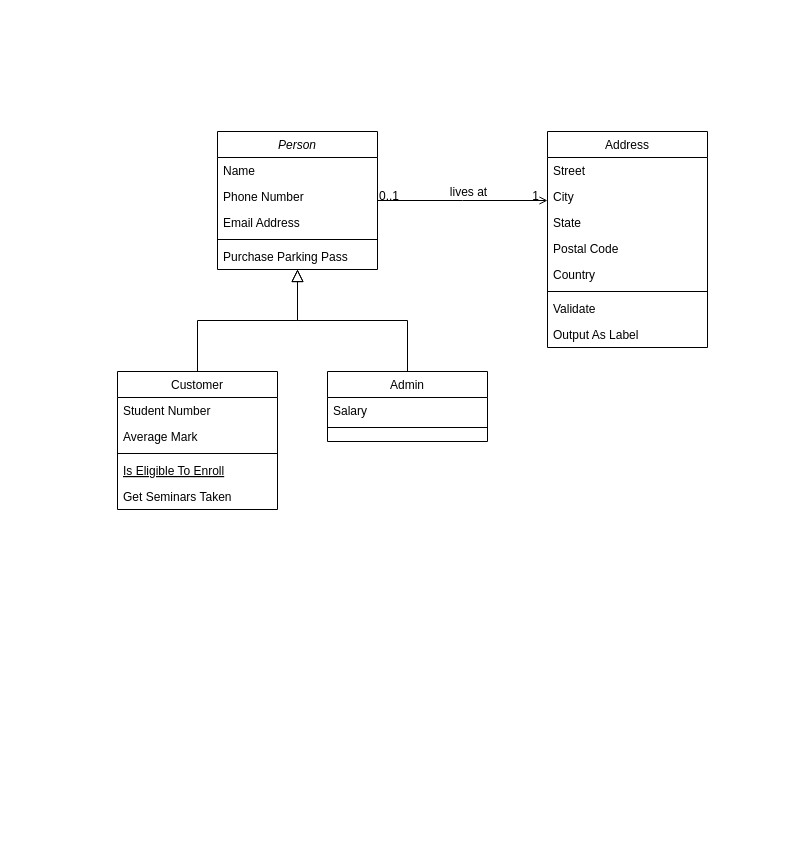
Above: Untitled Diagram.drawio in ABDELFADEIL/e-boutique (draw.io), before the change. Source tidied: cells renumbered, new cells numbered last; positions are measured from the earlier drawing's top-left corner, leaving out a move shared by most shapes. Both pictures are drawn from the tidied source at 100%, with x=0, y=0 at pixel (117, 131).
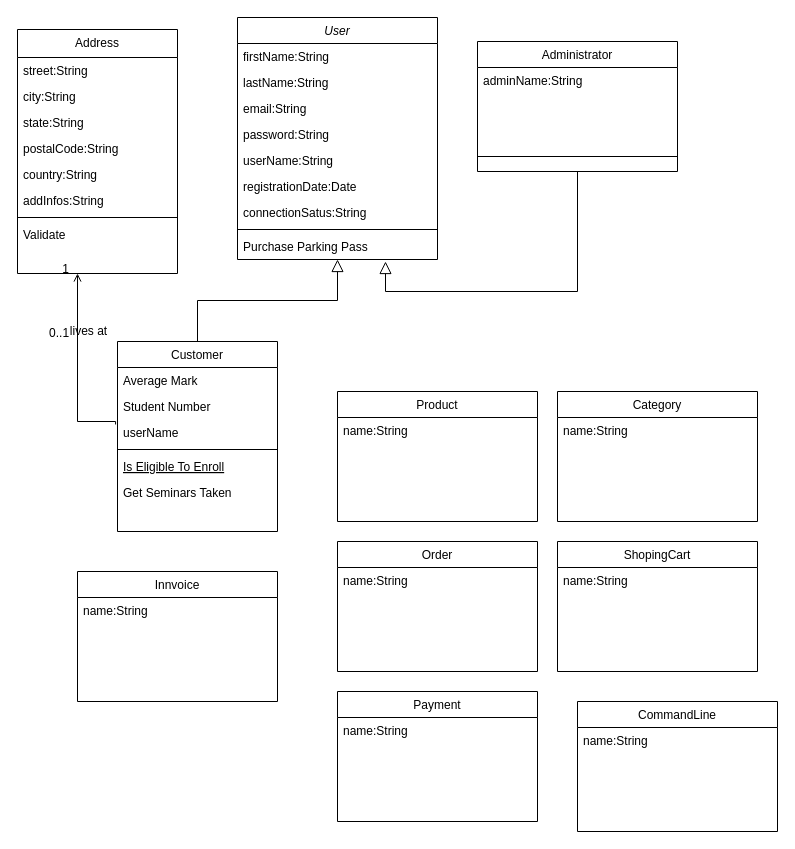
Above is the later version.

Diff of the diagram source:
```diff
@@
-    <mxCell id="2" value="Person" style="swimlane;fontStyle=2;align=center;verticalAlign=top;horizontal=1;startSize=26;rounded=0;shadow=0;strokeWidth=1;" parent="1" vertex="1">
-      <mxGeometry x="100" width="160" height="138" as="geometry" />
+    <mxCell id="2" value="User" style="swimlane;fontStyle=2;align=center;verticalAlign=top;horizontal=1;startSize=26;rounded=0;shadow=0;strokeWidth=1;" parent="1" vertex="1">
+      <mxGeometry x="120" y="-114" width="200" height="242" as="geometry" />
     </mxCell>
-    <mxCell id="3" value="Name" style="text;align=left;verticalAlign=top;spacingLeft=4;spacingRight=4;overflow=hidden;" parent="2" vertex="1">
-      <mxGeometry y="26" width="160" height="26" as="geometry" />
+    <mxCell id="3" value="firstName:String" style="text;align=left;verticalAlign=top;spacingLeft=4;spacingRight=4;overflow=hidden;" parent="2" vertex="1">
+      <mxGeometry y="26" width="200" height="26" as="geometry" />
     </mxCell>
-    <mxCell id="4" value="Phone Number" style="text;align=left;verticalAlign=top;spacingLeft=4;spacingRight=4;overflow=hidden;rounded=0;shadow=0;html=0;" parent="2" vertex="1">
-      <mxGeometry y="52" width="160" height="26" as="geometry" />
+    <mxCell id="4" value="lastName:String" style="text;align=left;verticalAlign=top;spacingLeft=4;spacingRight=4;overflow=hidden;rounded=0;shadow=0;html=0;" parent="2" vertex="1">
+      <mxGeometry y="52" width="200" height="26" as="geometry" />
     </mxCell>
-    <mxCell id="5" value="Email Address" style="text;align=left;verticalAlign=top;spacingLeft=4;spacingRight=4;overflow=hidden;rounded=0;shadow=0;html=0;" parent="2" vertex="1">
-      <mxGeometry y="78" width="160" height="26" as="geometry" />
+    <mxCell id="5" value="email:String" style="text;align=left;verticalAlign=top;spacingLeft=4;spacingRight=4;overflow=hidden;rounded=0;shadow=0;html=0;" parent="2" vertex="1">
+      <mxGeometry y="78" width="200" height="26" as="geometry" />
     </mxCell>
+    <mxCell id="32" value="password:String" style="text;align=left;verticalAlign=top;spacingLeft=4;spacingRight=4;overflow=hidden;rounded=0;shadow=0;html=0;" parent="2" vertex="1">
+      <mxGeometry y="104" width="200" height="26" as="geometry" />
+    </mxCell>
+    <mxCell id="33" value="userName:String" style="text;align=left;verticalAlign=top;spacingLeft=4;spacingRight=4;overflow=hidden;rounded=0;shadow=0;html=0;" parent="2" vertex="1">
+      <mxGeometry y="130" width="200" height="26" as="geometry" />
+    </mxCell>
+    <mxCell id="34" value="registrationDate:Date" style="text;align=left;verticalAlign=top;spacingLeft=4;spacingRight=4;overflow=hidden;rounded=0;shadow=0;html=0;" parent="2" vertex="1">
+      <mxGeometry y="156" width="200" height="26" as="geometry" />
+    </mxCell>
+    <mxCell id="35" value="connectionSatus:String" style="text;align=left;verticalAlign=top;spacingLeft=4;spacingRight=4;overflow=hidden;rounded=0;shadow=0;html=0;" parent="2" vertex="1">
+      <mxGeometry y="182" width="200" height="26" as="geometry" />
+    </mxCell>
     <mxCell id="6" style="line;html=1;strokeWidth=1;align=left;verticalAlign=middle;spacingTop=-1;spacingLeft=3;spacingRight=3;labelPosition=right;" parent="2" vertex="1">
-      <mxGeometry y="104" width="160" height="8" as="geometry" />
+      <mxGeometry y="208" width="200" height="8" as="geometry" />
     </mxCell>
     <mxCell id="7" value="Purchase Parking Pass" style="text;align=left;verticalAlign=top;spacingLeft=4;spacingRight=4;overflow=hidden;" parent="2" vertex="1">
-      <mxGeometry y="112" width="160" height="26" as="geometry" />
+      <mxGeometry y="216" width="200" height="26" as="geometry" />
     </mxCell>
     <mxCell id="8" value="Customer" style="swimlane;fontStyle=0;align=center;verticalAlign=top;horizontal=1;startSize=26;rounded=0;shadow=0;strokeWidth=1;" parent="1" vertex="1">
-      <mxGeometry y="240" width="160" height="138" as="geometry" />
+      <mxGeometry y="210" width="160" height="190" as="geometry" />
     </mxCell>
+    <mxCell id="10" value="Average Mark" style="text;align=left;verticalAlign=top;spacingLeft=4;spacingRight=4;overflow=hidden;rounded=0;shadow=0;html=0;" parent="8" vertex="1">
+      <mxGeometry y="26" width="160" height="26" as="geometry" />
+    </mxCell>
     <mxCell id="9" value="Student Number" style="text;align=left;verticalAlign=top;spacingLeft=4;spacingRight=4;overflow=hidden;" parent="8" vertex="1">
-      <mxGeometry y="26" width="160" height="26" as="geometry" />
+      <mxGeometry y="52" width="160" height="26" as="geometry" />
     </mxCell>
-    <mxCell id="10" value="Average Mark" style="text;align=left;verticalAlign=top;spacingLeft=4;spacingRight=4;overflow=hidden;rounded=0;shadow=0;html=0;" parent="8" vertex="1">
-      <mxGeometry y="52" width="160" height="26" as="geometry" />
-    </mxCell>
+    <mxCell id="36" value="userName" style="text;align=left;verticalAlign=top;spacingLeft=4;spacingRight=4;overflow=hidden;points=[[0,0.5],[1,0.5]];portConstraint=eastwest;rounded=0;shadow=0;html=0;" parent="8" vertex="1">
+      <mxGeometry y="78" width="160" height="26" as="geometry" />
+    </mxCell>
     <mxCell id="11" style="line;html=1;strokeWidth=1;align=left;verticalAlign=middle;spacingTop=-1;spacingLeft=3;spacingRight=3;labelPosition=right;" parent="8" vertex="1">
-      <mxGeometry y="78" width="160" height="8" as="geometry" />
+      <mxGeometry y="104" width="160" height="8" as="geometry" />
     </mxCell>
     <mxCell id="12" value="Is Eligible To Enroll" style="text;align=left;verticalAlign=top;spacingLeft=4;spacingRight=4;overflow=hidden;fontStyle=4;" parent="8" vertex="1">
-      <mxGeometry y="86" width="160" height="26" as="geometry" />
+      <mxGeometry y="112" width="160" height="26" as="geometry" />
     </mxCell>
     <mxCell id="13" value="Get Seminars Taken" style="text;align=left;verticalAlign=top;spacingLeft=4;spacingRight=4;overflow=hidden;" parent="8" vertex="1">
-      <mxGeometry y="112" width="160" height="26" as="geometry" />
+      <mxGeometry y="138" width="160" height="26" as="geometry" />
     </mxCell>
@@
-    <mxCell id="15" value="Admin" style="swimlane;fontStyle=0;align=center;verticalAlign=top;horizontal=1;startSize=26;rounded=0;shadow=0;strokeWidth=1;" parent="1" vertex="1">
-      <mxGeometry x="210" y="240" width="160" height="70" as="geometry" />
+    <mxCell id="15" value="Administrator" style="swimlane;fontStyle=0;align=center;verticalAlign=top;horizontal=1;startSize=26;rounded=0;shadow=0;strokeWidth=1;" parent="1" vertex="1">
+      <mxGeometry x="360" y="-90" width="200" height="130" as="geometry" />
     </mxCell>
-    <mxCell id="16" value="Salary" style="text;align=left;verticalAlign=top;spacingLeft=4;spacingRight=4;overflow=hidden;" parent="15" vertex="1">
-      <mxGeometry y="26" width="160" height="26" as="geometry" />
+    <mxCell id="16" value="adminName:String" style="text;align=left;verticalAlign=top;spacingLeft=4;spacingRight=4;overflow=hidden;" parent="15" vertex="1">
+      <mxGeometry y="26" width="200" height="24" as="geometry" />
     </mxCell>
-    <mxCell id="17" style="line;html=1;strokeWidth=1;align=left;verticalAlign=middle;spacingTop=-1;spacingLeft=3;spacingRight=3;labelPosition=right;" parent="15" vertex="1">
-      <mxGeometry y="52" width="160" height="8" as="geometry" />
-    </mxCell>
-    <mxCell id="18" style="endArrow=block;endSize=10;endFill=0;shadow=0;strokeWidth=1;rounded=0;edgeStyle=elbowEdgeStyle;elbow=vertical;" parent="1" edge="1" source="15" target="2">
-      <mxGeometry relative="1" as="geometry" />
+    <mxCell id="18" style="endArrow=block;endSize=10;endFill=0;shadow=0;strokeWidth=1;rounded=0;edgeStyle=elbowEdgeStyle;elbow=vertical;" parent="1" edge="1" source="15">
+      <mxGeometry relative="1" as="geometry">
+        <mxPoint x="268" y="130" as="targetPoint" />
+        <Array as="points">
+          <mxPoint x="120" y="160" />
+        </Array>
+      </mxGeometry>
     </mxCell>
-    <mxCell id="19" value="Address" style="swimlane;fontStyle=0;align=center;verticalAlign=top;horizontal=1;startSize=26;rounded=0;shadow=0;strokeWidth=1;" parent="1" vertex="1">
-      <mxGeometry x="430" width="160" height="216" as="geometry" />
+    <mxCell id="19" value="Address" style="swimlane;fontStyle=0;align=center;verticalAlign=top;horizontal=1;startSize=28;rounded=0;shadow=0;strokeWidth=1;" parent="1" vertex="1">
+      <mxGeometry x="-100" y="-102" width="160" height="244" as="geometry" />
     </mxCell>
-    <mxCell id="20" value="Street" style="text;align=left;verticalAlign=top;spacingLeft=4;spacingRight=4;overflow=hidden;" parent="19" vertex="1">
-      <mxGeometry y="26" width="160" height="26" as="geometry" />
+    <mxCell id="20" value="street:String" style="text;align=left;verticalAlign=top;spacingLeft=4;spacingRight=4;overflow=hidden;" parent="19" vertex="1">
+      <mxGeometry y="28" width="160" height="26" as="geometry" />
     </mxCell>
-    <mxCell id="21" value="City" style="text;align=left;verticalAlign=top;spacingLeft=4;spacingRight=4;overflow=hidden;rounded=0;shadow=0;html=0;" parent="19" vertex="1">
-      <mxGeometry y="52" width="160" height="26" as="geometry" />
+    <mxCell id="21" value="city:String" style="text;align=left;verticalAlign=top;spacingLeft=4;spacingRight=4;overflow=hidden;rounded=0;shadow=0;html=0;" parent="19" vertex="1">
+      <mxGeometry y="54" width="160" height="26" as="geometry" />
     </mxCell>
-    <mxCell id="22" value="State" style="text;align=left;verticalAlign=top;spacingLeft=4;spacingRight=4;overflow=hidden;rounded=0;shadow=0;html=0;" parent="19" vertex="1">
-      <mxGeometry y="78" width="160" height="26" as="geometry" />
+    <mxCell id="22" value="state:String" style="text;align=left;verticalAlign=top;spacingLeft=4;spacingRight=4;overflow=hidden;rounded=0;shadow=0;html=0;" parent="19" vertex="1">
+      <mxGeometry y="80" width="160" height="26" as="geometry" />
     </mxCell>
-    <mxCell id="23" value="Postal Code" style="text;align=left;verticalAlign=top;spacingLeft=4;spacingRight=4;overflow=hidden;rounded=0;shadow=0;html=0;" parent="19" vertex="1">
-      <mxGeometry y="104" width="160" height="26" as="geometry" />
+    <mxCell id="23" value="postalCode:String" style="text;align=left;verticalAlign=top;spacingLeft=4;spacingRight=4;overflow=hidden;rounded=0;shadow=0;html=0;" parent="19" vertex="1">
+      <mxGeometry y="106" width="160" height="26" as="geometry" />
     </mxCell>
-    <mxCell id="24" value="Country" style="text;align=left;verticalAlign=top;spacingLeft=4;spacingRight=4;overflow=hidden;rounded=0;shadow=0;html=0;" parent="19" vertex="1">
-      <mxGeometry y="130" width="160" height="26" as="geometry" />
+    <mxCell id="24" value="country:String" style="text;align=left;verticalAlign=top;spacingLeft=4;spacingRight=4;overflow=hidden;rounded=0;shadow=0;html=0;" parent="19" vertex="1">
+      <mxGeometry y="132" width="160" height="26" as="geometry" />
     </mxCell>
+    <mxCell id="37" value="addInfos:String" style="text;align=left;verticalAlign=top;spacingLeft=4;spacingRight=4;overflow=hidden;" parent="19" vertex="1">
+      <mxGeometry y="158" width="160" height="26" as="geometry" />
+    </mxCell>
     <mxCell id="25" style="line;html=1;strokeWidth=1;align=left;verticalAlign=middle;spacingTop=-1;spacingLeft=3;spacingRight=3;labelPosition=right;" parent="19" vertex="1">
-      <mxGeometry y="156" width="160" height="8" as="geometry" />
+      <mxGeometry y="184" width="160" height="8" as="geometry" />
     </mxCell>
     <mxCell id="26" value="Validate" style="text;align=left;verticalAlign=top;spacingLeft=4;spacingRight=4;overflow=hidden;" parent="19" vertex="1">
-      <mxGeometry y="164" width="160" height="26" as="geometry" />
+      <mxGeometry y="192" width="160" height="26" as="geometry" />
     </mxCell>
-    <mxCell id="27" value="Output As Label" style="text;align=left;verticalAlign=top;spacingLeft=4;spacingRight=4;overflow=hidden;" parent="19" vertex="1">
-      <mxGeometry y="190" width="160" height="26" as="geometry" />
-    </mxCell>
-    <mxCell id="28" style="endArrow=open;shadow=0;strokeWidth=1;rounded=0;endFill=1;edgeStyle=elbowEdgeStyle;elbow=vertical;" parent="1" edge="1" source="2" target="19">
+    <mxCell id="28" style="endArrow=open;shadow=0;strokeWidth=1;rounded=0;endFill=1;edgeStyle=elbowEdgeStyle;elbow=vertical;exitX=-0.012;exitY=0.192;exitDx=0;exitDy=0;exitPerimeter=0;" parent="1" edge="1" source="36" target="19">
       <mxGeometry x="0.5" y="41" relative="1" as="geometry">
+        <Array as="points">
+          <mxPoint x="-40" y="290" />
+        </Array>
         <mxPoint x="-40" y="32" as="offset" />
       </mxGeometry>
     </mxCell>
     <mxCell id="29" value="0..1" style="align=left;verticalAlign=bottom;labelBackgroundColor=none;fontSize=12;" parent="28" vertex="1">
       <mxGeometry x="-1" relative="1" as="geometry">
-        <mxPoint y="4" as="offset" />
+        <mxPoint x="-68" y="-83" as="offset" />
       </mxGeometry>
     </mxCell>
@@
     <mxCell id="31" value="lives at" style="text;html=1;align=center;verticalAlign=middle;labelBackgroundColor=none;rounded=0;shadow=0;strokeWidth=1;fontSize=12;" parent="28" vertex="1">
       <mxGeometry x="0.5" y="49" relative="1" as="geometry">
-        <mxPoint x="-38" y="40" as="offset" />
+        <mxPoint x="59" y="10" as="offset" />
       </mxGeometry>
     </mxCell>
+    <mxCell id="17" style="line;html=1;strokeWidth=1;align=left;verticalAlign=middle;spacingTop=-1;spacingLeft=3;spacingRight=3;labelPosition=right;" parent="1" vertex="1">
+      <mxGeometry x="360" y="10" width="200" height="30" as="geometry" />
+    </mxCell>
+    <mxCell id="38" value="Category" style="swimlane;fontStyle=0;align=center;verticalAlign=top;horizontal=1;startSize=26;rounded=0;shadow=0;strokeWidth=1;" parent="1" vertex="1">
+      <mxGeometry x="440" y="260" width="200" height="130" as="geometry" />
+    </mxCell>
+    <mxCell id="39" value="name:String" style="text;align=left;verticalAlign=top;spacingLeft=4;spacingRight=4;overflow=hidden;" parent="38" vertex="1">
+      <mxGeometry y="26" width="200" height="24" as="geometry" />
+    </mxCell>
+    <mxCell id="40" value="Order" style="swimlane;fontStyle=0;align=center;verticalAlign=top;horizontal=1;startSize=26;rounded=0;shadow=0;strokeWidth=1;" parent="1" vertex="1">
+      <mxGeometry x="220" y="410" width="200" height="130" as="geometry" />
+    </mxCell>
+    <mxCell id="41" value="name:String" style="text;align=left;verticalAlign=top;spacingLeft=4;spacingRight=4;overflow=hidden;" parent="40" vertex="1">
+      <mxGeometry y="26" width="200" height="24" as="geometry" />
+    </mxCell>
+    <mxCell id="42" value="Product" style="swimlane;fontStyle=0;align=center;verticalAlign=top;horizontal=1;startSize=26;rounded=0;shadow=0;strokeWidth=1;" parent="1" vertex="1">
+      <mxGeometry x="220" y="260" width="200" height="130" as="geometry" />
+    </mxCell>
+    <mxCell id="43" value="name:String" style="text;align=left;verticalAlign=top;spacingLeft=4;spacingRight=4;overflow=hidden;" parent="42" vertex="1">
+      <mxGeometry y="26" width="200" height="24" as="geometry" />
+    </mxCell>
+    <mxCell id="44" value="ShopingCart" style="swimlane;fontStyle=0;align=center;verticalAlign=top;horizontal=1;startSize=26;rounded=0;shadow=0;strokeWidth=1;" parent="1" vertex="1">
+      <mxGeometry x="440" y="410" width="200" height="130" as="geometry" />
+    </mxCell>
+    <mxCell id="45" value="name:String" style="text;align=left;verticalAlign=top;spacingLeft=4;spacingRight=4;overflow=hidden;" parent="44" vertex="1">
+      <mxGeometry y="26" width="200" height="24" as="geometry" />
+    </mxCell>
+    <mxCell id="46" value="Payment" style="swimlane;fontStyle=0;align=center;verticalAlign=top;horizontal=1;startSize=26;rounded=0;shadow=0;strokeWidth=1;" parent="1" vertex="1">
+      <mxGeometry x="220" y="560" width="200" height="130" as="geometry" />
+    </mxCell>
+    <mxCell id="47" value="name:String" style="text;align=left;verticalAlign=top;spacingLeft=4;spacingRight=4;overflow=hidden;" parent="46" vertex="1">
+      <mxGeometry y="26" width="200" height="24" as="geometry" />
+    </mxCell>
+    <mxCell id="48" value="Innvoice" style="swimlane;fontStyle=0;align=center;verticalAlign=top;horizontal=1;startSize=26;rounded=0;shadow=0;strokeWidth=1;" parent="1" vertex="1">
+      <mxGeometry x="-40" y="440" width="200" height="130" as="geometry" />
+    </mxCell>
+    <mxCell id="49" value="name:String" style="text;align=left;verticalAlign=top;spacingLeft=4;spacingRight=4;overflow=hidden;" parent="48" vertex="1">
+      <mxGeometry y="26" width="200" height="24" as="geometry" />
+    </mxCell>
+    <mxCell id="50" value="CommandLine" style="swimlane;fontStyle=0;align=center;verticalAlign=top;horizontal=1;startSize=26;rounded=0;shadow=0;strokeWidth=1;" parent="1" vertex="1">
+      <mxGeometry x="460" y="570" width="200" height="130" as="geometry" />
+    </mxCell>
+    <mxCell id="51" value="name:String" style="text;align=left;verticalAlign=top;spacingLeft=4;spacingRight=4;overflow=hidden;" parent="50" vertex="1">
+      <mxGeometry y="26" width="200" height="24" as="geometry" />
+    </mxCell>
```
